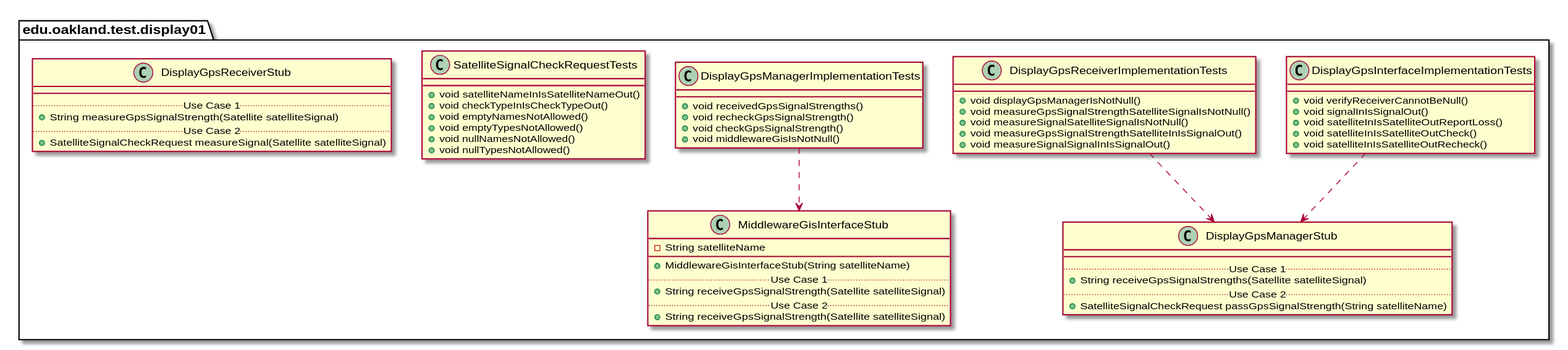
Above: docs/uml-class-diagrams/display01/test/Display01TestPackage_InternalDependencies.svg in andrewdimmer/csi-3370-software-project (PlantUML), before the change.
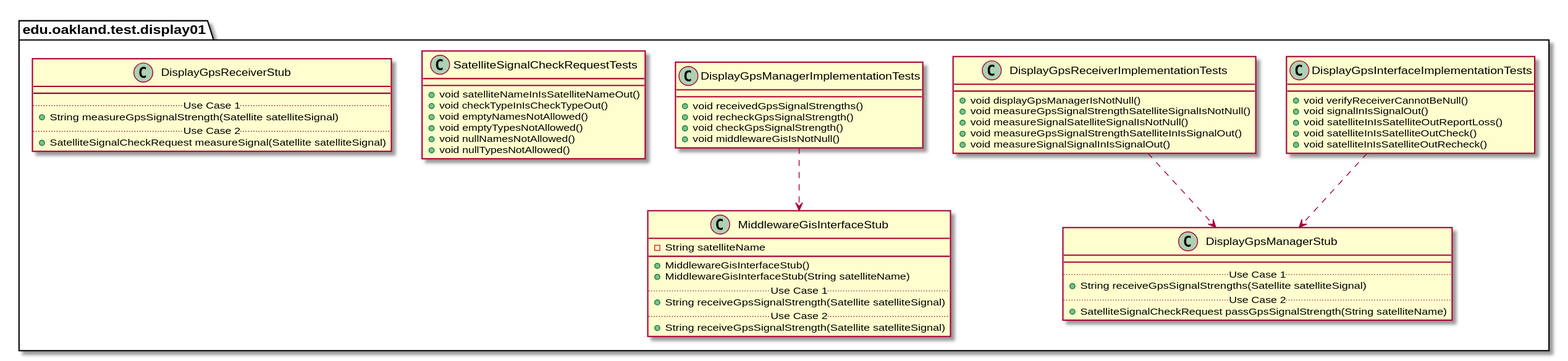
Later version of the same file.

The edit, as a diff of the source:
```diff
@@ -57,6 +57,7 @@
     class MiddlewareGisInterfaceStub {
         - String satelliteName
         __
+        + MiddlewareGisInterfaceStub()
         + MiddlewareGisInterfaceStub(String satelliteName)
         .. Use Case 1 ..
         + String receiveGpsSignalStrength(Satellite satelliteSignal)
```
